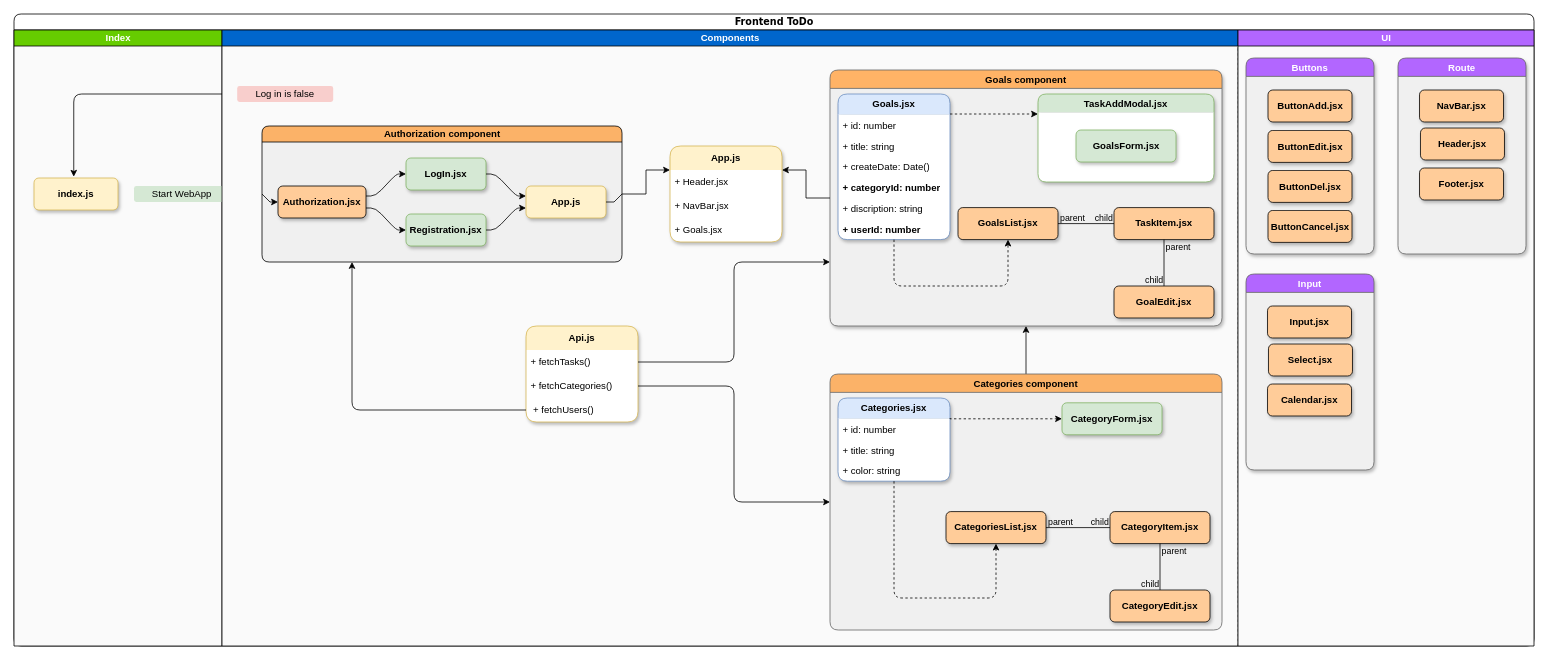
Before: todo_reactjs.drawio in BesPredel63/todo_reactjs, a draw.io diagram. Source tidied: cells renumbered, new cells numbered last; positions are measured from the earlier drawing's top-left corner, leaving out a move shared by most shapes. Both pictures are drawn from the tidied source at 80%, with x=0, y=0 at pixel (14, 14).
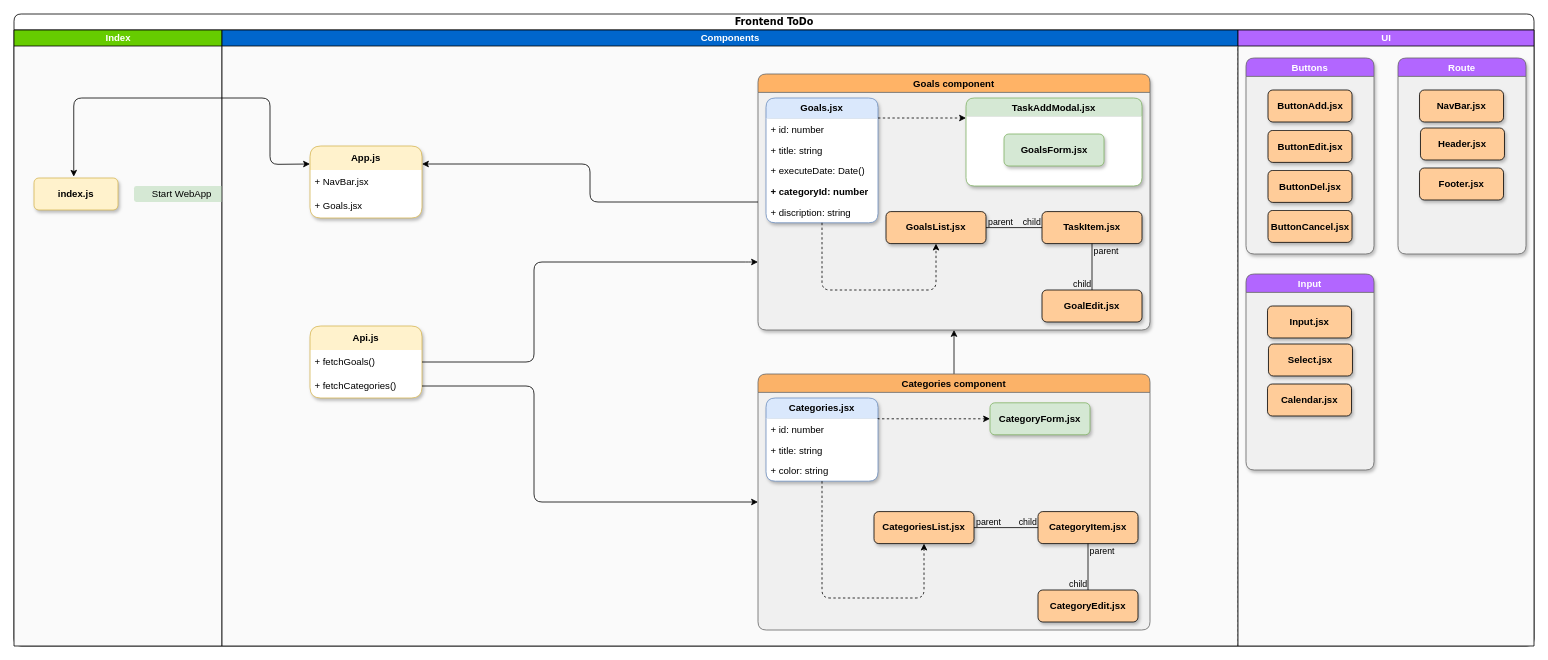
The same diagram, later.

Unchanged cells that the change refers to:
```xml
<mxCell id="2" value="&lt;font color=&quot;#000000&quot;&gt;Frontend ToDo&lt;/font&gt;" style="swimlane;html=1;startSize=20;rounded=1;shadow=0;comic=0;labelBackgroundColor=none;strokeWidth=1;fontFamily=Verdana;fontSize=12;align=center;fontColor=#FFFFFF;" parent="1" vertex="1">
  <mxGeometry width="1900" height="790" as="geometry" />
</mxCell>
<mxCell id="8" value="&lt;font&gt;Components&lt;/font&gt;" style="swimlane;html=1;startSize=20;overflow=visible;fillStyle=auto;separatorColor=#F5F5F5;gradientColor=none;swimlaneFillColor=#FAFAFA;fontColor=#FFFFFF;fillColor=#0066CC;rounded=0;strokeColor=default;" parent="2" vertex="1">
  <mxGeometry x="260" y="20" width="1270" height="770" as="geometry" />
</mxCell>
<mxCell id="61" value="+ fetchCategories()" style="text;strokeColor=none;fillColor=none;align=left;verticalAlign=middle;spacingLeft=4;spacingRight=4;overflow=hidden;points=[[0,0.5],[1,0.5]];portConstraint=eastwest;whiteSpace=wrap;html=1;" parent="59" vertex="1">
  <mxGeometry y="60" width="140" height="30" as="geometry" />
</mxCell>
```

Change to the diagram source:
```diff
@@
-    <mxCell id="3" style="edgeStyle=orthogonalEdgeStyle;rounded=0;jettySize=auto;html=1;entryX=0;entryY=0.5;entryDx=0;entryDy=0;endArrow=none;endFill=0;" parent="2" edge="1" target="49">
+    <mxCell id="3" style="edgeStyle=orthogonalEdgeStyle;rounded=0;orthogonalLoop=1;jettySize=auto;html=1;entryX=0;entryY=0.5;entryDx=0;entryDy=0;endArrow=none;endFill=0;" parent="2" edge="1">
       <mxGeometry relative="1" as="geometry">
         <mxPoint x="130" y="225" as="sourcePoint" />
+        <mxPoint x="310" y="225" as="targetPoint" />
       </mxGeometry>
     </mxCell>
@@
-    <mxCell id="7" style="edgeStyle=orthogonalEdgeStyle;rounded=1;jettySize=auto;html=1;exitX=0.5;exitY=0;exitDx=0;exitDy=0;entryX=0.473;entryY=-0.04;entryDx=0;entryDy=0;entryPerimeter=0;" parent="2" edge="1" source="51">
+    <mxCell id="7" style="edgeStyle=orthogonalEdgeStyle;rounded=1;orthogonalLoop=1;jettySize=auto;html=1;entryX=0.473;entryY=-0.04;entryDx=0;entryDy=0;entryPerimeter=0;" parent="2" edge="1">
       <mxGeometry relative="1" as="geometry">
+        <mxPoint x="260" y="105" as="sourcePoint" />
         <mxPoint x="74.7" y="203.4" as="targetPoint" />
         <Array as="points">
-          <mxPoint x="540" y="100" />
-          <mxPoint x="75" y="100" />
+          <mxPoint x="230" y="105" />
+          <mxPoint x="75" y="105" />
         </Array>
       </mxGeometry>
     </mxCell>
@@
-    <mxCell id="9" style="group;" parent="8" vertex="1">
-      <mxGeometry x="640" y="370" width="247.5" height="110" as="geometry" />
-    </mxCell>
     <mxCell id="10" value="Goals component" style="swimlane;rounded=1;fillColor=#FFB366;fontColor=#000000;strokeColor=#666666;fillStyle=solid;swimlaneFillColor=#F0F0F0;shadow=1;" parent="8" vertex="1">
-      <mxGeometry x="760" y="50" width="490" height="320" as="geometry" />
+      <mxGeometry x="670" y="55" width="490" height="320" as="geometry" />
     </mxCell>
@@
     <mxCell id="13" value="Goals.jsx" style="swimlane;fontStyle=1;horizontal=1;startSize=26;fillColor=#dae8fc;whiteSpace=wrap;html=1;strokeColor=#6c8ebf;rounded=1;swimlaneFillColor=default;labelBorderColor=none;swimlaneLine=0;shadow=1;glass=0;" parent="10" vertex="1">
-      <mxGeometry x="10" y="30" width="140" height="182" as="geometry" />
+      <mxGeometry x="10" y="30" width="140" height="156" as="geometry" />
     </mxCell>
@@
-    <mxCell id="17" value="+ createDate: Date()" style="text;strokeColor=none;fillColor=none;align=left;verticalAlign=top;spacingLeft=4;spacingRight=4;overflow=hidden;whiteSpace=wrap;html=1;" parent="13" vertex="1">
+    <mxCell id="17" value="+ executeDate: Date()" style="text;strokeColor=none;fillColor=none;align=left;verticalAlign=top;spacingLeft=4;spacingRight=4;overflow=hidden;whiteSpace=wrap;html=1;" parent="13" vertex="1">
       <mxGeometry y="78" width="140" height="26" as="geometry" />
     </mxCell>
@@
-    <mxCell id="20" value="+ userId: number" style="text;strokeColor=none;fillColor=none;align=left;verticalAlign=top;spacingLeft=4;spacingRight=4;overflow=hidden;whiteSpace=wrap;html=1;fontStyle=1;" parent="13" vertex="1">
-      <mxGeometry y="156" width="140" height="26" as="geometry" />
-    </mxCell>
@@
     <mxCell id="32" value="Categories component" style="swimlane;rounded=1;fillColor=#fbb268;fontColor=#000000;strokeColor=#666666;fillStyle=solid;swimlaneFillColor=#F0F0F0;" parent="8" vertex="1">
-      <mxGeometry x="760" y="430" width="490" height="320" as="geometry" />
+      <mxGeometry x="670" y="430" width="490" height="320" as="geometry" />
     </mxCell>
@@
-    <mxCell id="49" value="Authorization component" style="swimlane;html=1;startSize=20;horizontal=1;flowOrientation=west;interRankCellSpacing=50;containerType=tree;fontSize=12;verticalAlign=middle;fillColor=#fbb268;rounded=1;swimlaneFillColor=#F0F0F0;swimlaneHead=1;swimlaneBody=1;overflow=visible;fixDash=0;backgroundOutline=0;movableLabel=0;fixedWidth=0;enumerate=0;comic=0;absoluteArcSize=0;noLabel=0;" parent="8" vertex="1">
-      <mxGeometry x="50" y="120" width="450" height="170" as="geometry" />
-    </mxCell>
-    <mxCell id="50" value="Authorization.jsx" style="whiteSpace=wrap;html=1;rounded=1;fillColor=#FFCC99;fontStyle=1;shadow=1;" parent="49" vertex="1">
-      <mxGeometry x="20" y="75" width="110" height="40" as="geometry" />
-    </mxCell>
-    <mxCell id="51" value="LogIn.jsx" style="whiteSpace=wrap;html=1;rounded=1;fillColor=#d5e8d4;fontStyle=1;shadow=1;strokeColor=#82b366;" parent="49" vertex="1">
-      <mxGeometry x="180" y="40" width="100" height="40" as="geometry" />
-    </mxCell>
-    <mxCell id="52" style="html=1;rounded=1;curved=0;sourcePerimeterSpacing=0;targetPerimeterSpacing=0;startSize=6;endSize=6;noEdgeStyle=1;orthogonal=1;" parent="49" edge="1" source="50" target="51">
-      <mxGeometry relative="1" as="geometry">
-        <Array as="points">
-          <mxPoint x="142" y="87.5" />
-          <mxPoint x="168" y="60" />
-        </Array>
-      </mxGeometry>
-    </mxCell>
-    <mxCell id="53" value="Registration.jsx" style="whiteSpace=wrap;html=1;rounded=1;fillColor=#d5e8d4;fontStyle=1;shadow=1;strokeColor=#82b366;" parent="49" vertex="1">
-      <mxGeometry x="180" y="110" width="100" height="40" as="geometry" />
-    </mxCell>
-    <mxCell id="54" style="html=1;rounded=1;curved=0;sourcePerimeterSpacing=0;targetPerimeterSpacing=0;startSize=6;endSize=6;noEdgeStyle=1;orthogonal=1;" parent="49" edge="1" source="50" target="53">
-      <mxGeometry relative="1" as="geometry">
-        <Array as="points">
-          <mxPoint x="142" y="102.5" />
-          <mxPoint x="168" y="130" />
-        </Array>
-      </mxGeometry>
-    </mxCell>
-    <mxCell id="55" value="App.js" style="whiteSpace=wrap;html=1;rounded=1;fillColor=#fff2cc;strokeColor=#d6b656;fontStyle=1;shadow=1;" parent="49" vertex="1">
-      <mxGeometry x="330" y="75" width="100" height="40" as="geometry" />
-    </mxCell>
-    <mxCell id="56" style="html=1;rounded=1;curved=0;sourcePerimeterSpacing=0;targetPerimeterSpacing=0;startSize=6;endSize=6;noEdgeStyle=1;orthogonal=1;" parent="49" edge="1" source="51" target="55">
-      <mxGeometry relative="1" as="geometry">
-        <Array as="points">
-          <mxPoint x="292" y="60" />
-          <mxPoint x="318" y="87.5" />
-        </Array>
-      </mxGeometry>
-    </mxCell>
-    <mxCell id="57" style="html=1;rounded=1;curved=0;sourcePerimeterSpacing=0;targetPerimeterSpacing=0;startSize=6;endSize=6;noEdgeStyle=1;orthogonal=1;" parent="49" edge="1" source="53" target="55">
-      <mxGeometry relative="1" as="geometry">
-        <Array as="points">
-          <mxPoint x="292" y="130" />
-          <mxPoint x="318" y="102.5" />
-        </Array>
-      </mxGeometry>
-    </mxCell>
-    <mxCell id="58" value="Log in is false" style="text;html=1;strokeColor=none;fillColor=#f8cecc;align=center;verticalAlign=middle;whiteSpace=wrap;rounded=1;" parent="8" vertex="1">
-      <mxGeometry x="19" y="70" width="120" height="20" as="geometry" />
-    </mxCell>
     <mxCell id="59" value="Api.js" style="swimlane;fontStyle=1;horizontal=1;startSize=30;whiteSpace=wrap;html=1;rounded=1;fillColor=#fff2cc;strokeColor=#d6b656;swimlaneLine=0;shadow=1;fillStyle=auto;swimlaneFillColor=default;" parent="8" vertex="1">
-      <mxGeometry x="380" y="370" width="140" height="120" as="geometry" />
+      <mxGeometry x="110" y="370" width="140" height="90" as="geometry" />
     </mxCell>
-    <mxCell id="60" value="+ fetchTasks()" style="text;strokeColor=none;fillColor=none;align=left;verticalAlign=middle;spacingLeft=4;spacingRight=4;overflow=hidden;points=[[0,0.5],[1,0.5]];portConstraint=eastwest;whiteSpace=wrap;html=1;dashed=1;dashPattern=1 1;perimeterSpacing=0;strokeWidth=1;" parent="59" vertex="1">
+    <mxCell id="60" value="+ fetchGoals()" style="text;strokeColor=none;fillColor=none;align=left;verticalAlign=middle;spacingLeft=4;spacingRight=4;overflow=hidden;points=[[0,0.5],[1,0.5]];portConstraint=eastwest;whiteSpace=wrap;html=1;dashed=1;dashPattern=1 1;perimeterSpacing=0;strokeWidth=1;" parent="59" vertex="1">
       <mxGeometry y="30" width="140" height="30" as="geometry" />
     </mxCell>
@@
-    <mxCell id="62" value="&amp;nbsp;+ fetchUsers()" style="text;strokeColor=none;fillColor=none;align=left;verticalAlign=middle;spacingLeft=4;spacingRight=4;overflow=hidden;points=[[0,0.5],[1,0.5]];portConstraint=eastwest;whiteSpace=wrap;html=1;" parent="59" vertex="1">
-      <mxGeometry y="90" width="140" height="30" as="geometry" />
-    </mxCell>
-    <mxCell id="63" style="edgeStyle=orthogonalEdgeStyle;rounded=1;jettySize=auto;html=1;entryX=0;entryY=0.75;entryDx=0;entryDy=0;" parent="8" edge="1" source="60" target="10">
+    <mxCell id="63" style="edgeStyle=orthogonalEdgeStyle;rounded=1;jettySize=auto;html=1;" parent="8" edge="1" source="60">
       <mxGeometry relative="1" as="geometry">
+        <mxPoint x="670" y="290" as="targetPoint" />
         <Array as="points">
-          <mxPoint x="640" y="415" />
-          <mxPoint x="640" y="290" />
+          <mxPoint x="390" y="415" />
+          <mxPoint x="390" y="290" />
+          <mxPoint x="660" y="290" />
         </Array>
       </mxGeometry>
     </mxCell>
     <mxCell id="64" style="edgeStyle=orthogonalEdgeStyle;rounded=1;jettySize=auto;html=1;entryX=0;entryY=0.5;entryDx=0;entryDy=0;" parent="8" edge="1" source="61" target="32">
-      <mxGeometry relative="1" as="geometry" />
+      <mxGeometry relative="1" as="geometry">
+        <Array as="points">
+          <mxPoint x="390" y="445" />
+          <mxPoint x="390" y="590" />
+        </Array>
+      </mxGeometry>
     </mxCell>
-    <mxCell id="65" style="edgeStyle=orthogonalEdgeStyle;rounded=1;jettySize=auto;html=1;entryX=0.25;entryY=1;entryDx=0;entryDy=0;" parent="8" edge="1" source="62" target="49">
-      <mxGeometry relative="1" as="geometry" />
-    </mxCell>
-    <mxCell id="66" style="endArrow=classic;html=1;rounded=0;exitX=0;exitY=0.5;exitDx=0;exitDy=0;" parent="8" edge="1" source="49">
-      <mxGeometry relative="1" as="geometry">
-        <mxPoint x="70" y="215" as="targetPoint" />
-        <Array as="points">
-          <mxPoint x="60" y="215" />
-        </Array>
-      </mxGeometry>
-    </mxCell>
+    <mxCell id="81" value="App.js" style="swimlane;fontStyle=1;horizontal=1;startSize=30;whiteSpace=wrap;html=1;rounded=1;fillColor=#fff2cc;strokeColor=#d6b656;swimlaneLine=0;shadow=1;fillStyle=auto;swimlaneFillColor=default;" parent="8" vertex="1">
+      <mxGeometry x="110" y="145" width="140" height="90" as="geometry" />
+    </mxCell>
+    <mxCell id="83" value="+ NavBar.jsx" style="text;strokeColor=none;fillColor=none;align=left;verticalAlign=middle;spacingLeft=4;spacingRight=4;overflow=hidden;whiteSpace=wrap;html=1;" parent="81" vertex="1">
+      <mxGeometry y="30" width="140" height="30" as="geometry" />
+    </mxCell>
+    <mxCell id="84" value="+ Goals.jsx" style="text;strokeColor=none;fillColor=none;align=left;verticalAlign=middle;spacingLeft=4;spacingRight=4;overflow=hidden;whiteSpace=wrap;html=1;" parent="81" vertex="1">
+      <mxGeometry y="60" width="140" height="30" as="geometry" />
+    </mxCell>
+    <mxCell id="85" style="edgeStyle=orthogonalEdgeStyle;rounded=1;jettySize=auto;html=1;entryX=1;entryY=0.25;entryDx=0;entryDy=0;" parent="8" edge="1" source="10" target="81">
+      <mxGeometry relative="1" as="geometry" />
+    </mxCell>
+    <mxCell id="88" style="endArrow=classic;html=1;rounded=0;" parent="8" edge="1">
+      <mxGeometry relative="1" as="geometry">
+        <mxPoint x="110" y="70" as="sourcePoint" />
+        <mxPoint x="110" y="70" as="targetPoint" />
+      </mxGeometry>
+    </mxCell>
+    <mxCell id="89" style="endArrow=classic;html=1;rounded=1;entryX=0;entryY=0.25;entryDx=0;entryDy=0;" parent="8" edge="1" target="81">
+      <mxGeometry relative="1" as="geometry">
+        <mxPoint y="85" as="sourcePoint" />
+        <Array as="points">
+          <mxPoint x="60" y="85" />
+          <mxPoint x="60" y="168" />
+        </Array>
+      </mxGeometry>
+    </mxCell>
@@
-    <mxCell id="81" value="App.js" style="swimlane;fontStyle=1;horizontal=1;startSize=30;whiteSpace=wrap;html=1;rounded=1;fillColor=#fff2cc;strokeColor=#d6b656;swimlaneLine=0;shadow=1;fillStyle=auto;swimlaneFillColor=default;" parent="1" vertex="1">
-      <mxGeometry x="820" y="165" width="140" height="120" as="geometry" />
-    </mxCell>
-    <mxCell id="82" value="+ Header.jsx" style="text;strokeColor=none;fillColor=none;align=left;verticalAlign=middle;spacingLeft=4;spacingRight=4;overflow=hidden;whiteSpace=wrap;html=1;" parent="81" vertex="1">
-      <mxGeometry y="30" width="140" height="30" as="geometry" />
-    </mxCell>
-    <mxCell id="83" value="+ NavBar.jsx" style="text;strokeColor=none;fillColor=none;align=left;verticalAlign=middle;spacingLeft=4;spacingRight=4;overflow=hidden;whiteSpace=wrap;html=1;" parent="81" vertex="1">
-      <mxGeometry y="60" width="140" height="30" as="geometry" />
-    </mxCell>
-    <mxCell id="84" value="+ Goals.jsx" style="text;strokeColor=none;fillColor=none;align=left;verticalAlign=middle;spacingLeft=4;spacingRight=4;overflow=hidden;whiteSpace=wrap;html=1;" parent="81" vertex="1">
-      <mxGeometry y="90" width="140" height="30" as="geometry" />
-    </mxCell>
-    <mxCell id="85" style="edgeStyle=orthogonalEdgeStyle;rounded=0;jettySize=auto;html=1;entryX=1;entryY=0.25;entryDx=0;entryDy=0;" parent="1" edge="1" source="10" target="81">
-      <mxGeometry relative="1" as="geometry" />
-    </mxCell>
-    <mxCell id="86" style="edgeStyle=orthogonalEdgeStyle;rounded=0;jettySize=auto;html=1;entryX=0;entryY=0.25;entryDx=0;entryDy=0;" parent="1" edge="1" source="49" target="81">
-      <mxGeometry relative="1" as="geometry" />
-    </mxCell>
-    <mxCell id="87" style="endArrow=none;html=1;rounded=0;exitX=1;exitY=0.5;exitDx=0;exitDy=0;" parent="1" edge="1" source="55">
-      <mxGeometry relative="1" as="geometry">
-        <mxPoint x="760" y="225" as="targetPoint" />
-        <Array as="points">
-          <mxPoint x="750" y="235" />
-        </Array>
-      </mxGeometry>
-    </mxCell>
```
